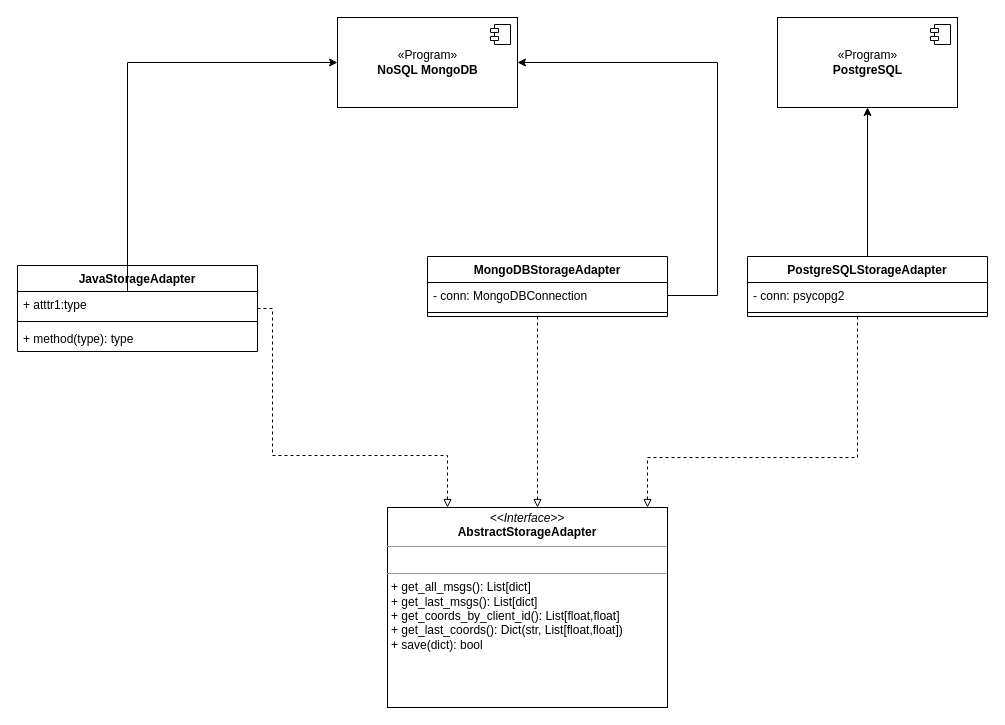
The draw.io diagram page "storage_subsystem" (3 of 4) of docs/schemes/classes/ClassDiagram.drawio in Kirkirillka/GPS_Tracker, before the edit. Source tidied: cells renumbered, new cells numbered last; positions are measured from the earlier drawing's top-left corner, leaving out a move shared by most shapes. Both pictures are drawn from the tidied source at 100%, with x=0, y=0 at pixel (17, 17).
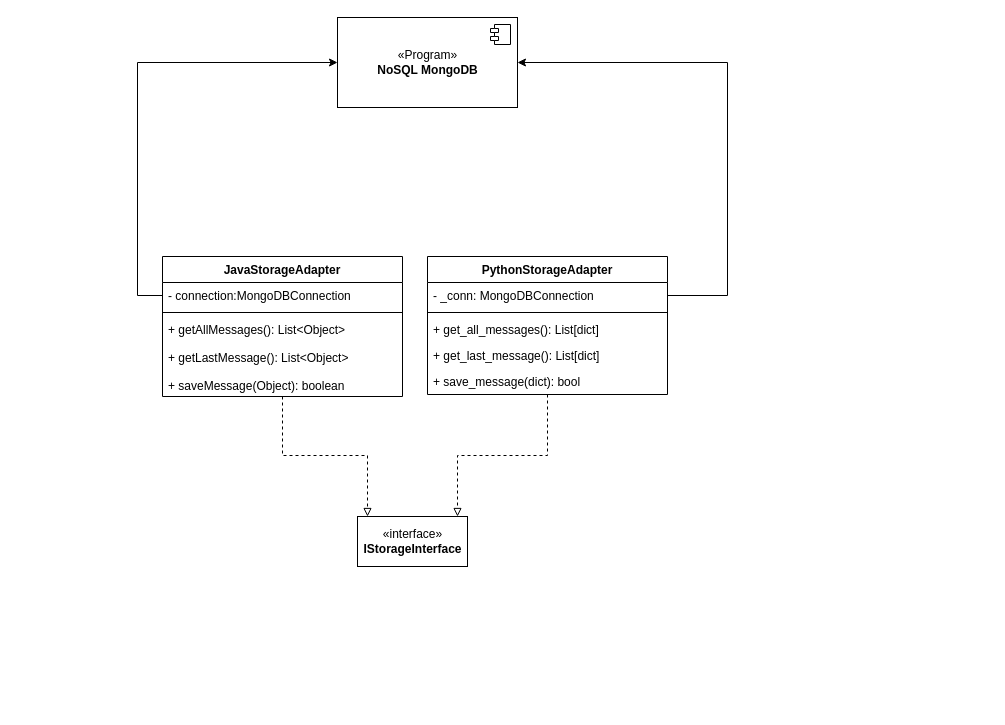
The same diagram, later.

The change refers to these unchanged cells:
```xml
<mxCell id="7" value="«Program»&lt;br&gt;&lt;b&gt;NoSQL MongoDB&lt;/b&gt;" style="html=1;" parent="1" vertex="1">
  <mxGeometry x="320" width="180" height="90" as="geometry" />
</mxCell>
```

Diff of the diagram source:
```diff
@@
-    <mxCell id="2" style="edgeStyle=orthogonalEdgeStyle;rounded=0;jettySize=auto;html=1;dashed=1;endArrow=block;endFill=0;" parent="1" edge="1" source="3" target="15">
+    <mxCell id="2" style="edgeStyle=orthogonalEdgeStyle;rounded=0;jettySize=auto;html=1;dashed=1;endArrow=block;endFill=0;" parent="1" edge="1" source="3" target="23">
       <mxGeometry relative="1" as="geometry">
         <Array as="points">
-          <mxPoint x="255" y="438" />
-          <mxPoint x="430" y="438" />
+          <mxPoint x="265" y="438" />
+          <mxPoint x="350" y="438" />
         </Array>
       </mxGeometry>
     </mxCell>
     <mxCell id="3" value="JavaStorageAdapter" style="swimlane;fontStyle=1;align=center;verticalAlign=top;horizontal=1;startSize=26;" parent="1" vertex="1">
-      <mxGeometry y="248" width="240" height="86" as="geometry" />
+      <mxGeometry x="145" y="239" width="240" height="140" as="geometry" />
     </mxCell>
-    <mxCell id="4" value="+ atttr1:type" style="text;strokeColor=none;fillColor=none;align=left;verticalAlign=top;spacingLeft=4;spacingRight=4;overflow=hidden;points=[[0,0.5],[1,0.5]];portConstraint=eastwest;" parent="3" vertex="1">
+    <mxCell id="4" value="- connection:MongoDBConnection" style="text;strokeColor=none;fillColor=none;align=left;verticalAlign=top;spacingLeft=4;spacingRight=4;overflow=hidden;points=[[0,0.5],[1,0.5]];portConstraint=eastwest;" parent="3" vertex="1">
       <mxGeometry y="26" width="240" height="26" as="geometry" />
     </mxCell>
@@
-    <mxCell id="6" value="+ method(type): type" style="text;strokeColor=none;fillColor=none;align=left;verticalAlign=top;spacingLeft=4;spacingRight=4;overflow=hidden;" parent="3" vertex="1">
-      <mxGeometry y="60" width="240" height="26" as="geometry" />
+    <mxCell id="6" value="+ getAllMessages(): List&lt;Object&gt;&#10;&#10;+ getLastMessage(): List&lt;Object&gt;&#10;&#10;+ saveMessage(Object): boolean" style="text;strokeColor=none;fillColor=none;align=left;verticalAlign=top;spacingLeft=4;spacingRight=4;overflow=hidden;" parent="3" vertex="1">
+      <mxGeometry y="60" width="240" height="80" as="geometry" />
     </mxCell>
+    <mxCell id="23" value="«interface»&lt;br&gt;&lt;b&gt;IStorageInterface&lt;/b&gt;" style="html=1;" parent="1" vertex="1">
+      <mxGeometry x="340" y="499" width="110" height="50" as="geometry" />
+    </mxCell>
@@
     <mxCell id="9" style="edgeStyle=orthogonalEdgeStyle;rounded=0;jettySize=auto;html=1;endArrow=classic;endFill=1;strokeColor=#000000;" parent="1" edge="1" source="4" target="7">
       <mxGeometry relative="1" as="geometry">
         <Array as="points">
-          <mxPoint x="110" y="278" />
-          <mxPoint x="110" y="45" />
+          <mxPoint x="120" y="278" />
+          <mxPoint x="120" y="45" />
         </Array>
       </mxGeometry>
     </mxCell>
-    <mxCell id="10" value="MongoDBStorageAdapter" style="swimlane;fontStyle=1;align=center;verticalAlign=top;horizontal=1;startSize=26;" parent="1" vertex="1">
-      <mxGeometry x="410" y="239" width="240" height="60" as="geometry" />
+    <mxCell id="10" value="PythonStorageAdapter" style="swimlane;fontStyle=1;align=center;verticalAlign=top;horizontal=1;startSize=26;" parent="1" vertex="1">
+      <mxGeometry x="410" y="239" width="240" height="138" as="geometry" />
     </mxCell>
-    <mxCell id="11" value="- conn: MongoDBConnection" style="text;strokeColor=none;fillColor=none;align=left;verticalAlign=top;spacingLeft=4;spacingRight=4;overflow=hidden;points=[[0,0.5],[1,0.5]];portConstraint=eastwest;" parent="10" vertex="1">
+    <mxCell id="11" value="- _conn: MongoDBConnection" style="text;strokeColor=none;fillColor=none;align=left;verticalAlign=top;spacingLeft=4;spacingRight=4;overflow=hidden;points=[[0,0.5],[1,0.5]];portConstraint=eastwest;" parent="10" vertex="1">
       <mxGeometry y="26" width="240" height="26" as="geometry" />
     </mxCell>
@@
+    <mxCell id="24" value="+ get_all_messages(): List[dict]" style="text;strokeColor=none;fillColor=none;align=left;verticalAlign=top;spacingLeft=4;spacingRight=4;overflow=hidden;" parent="10" vertex="1">
+      <mxGeometry y="60" width="240" height="26" as="geometry" />
+    </mxCell>
+    <mxCell id="25" value="+ get_last_message(): List[dict]" style="text;strokeColor=none;fillColor=none;align=left;verticalAlign=top;spacingLeft=4;spacingRight=4;overflow=hidden;" parent="10" vertex="1">
+      <mxGeometry y="86" width="240" height="26" as="geometry" />
+    </mxCell>
+    <mxCell id="26" value="+ save_message(dict): bool" style="text;strokeColor=none;fillColor=none;align=left;verticalAlign=top;spacingLeft=4;spacingRight=4;overflow=hidden;" parent="10" vertex="1">
+      <mxGeometry y="112" width="240" height="26" as="geometry" />
+    </mxCell>
     <mxCell id="13" style="edgeStyle=orthogonalEdgeStyle;rounded=0;jettySize=auto;html=1;" parent="1" edge="1" source="11" target="7">
       <mxGeometry relative="1" as="geometry">
         <Array as="points">
-          <mxPoint x="700" y="278" />
-          <mxPoint x="700" y="45" />
+          <mxPoint x="710" y="278" />
+          <mxPoint x="710" y="45" />
         </Array>
       </mxGeometry>
     </mxCell>
-    <mxCell id="14" style="edgeStyle=orthogonalEdgeStyle;rounded=0;jettySize=auto;html=1;dashed=1;endArrow=block;endFill=0;" parent="1" edge="1" source="10" target="15">
+    <mxCell id="14" style="edgeStyle=orthogonalEdgeStyle;rounded=0;jettySize=auto;html=1;dashed=1;endArrow=block;endFill=0;" parent="1" edge="1" source="10" target="23">
       <mxGeometry relative="1" as="geometry">
         <Array as="points">
-          <mxPoint x="520" y="460" />
-          <mxPoint x="520" y="460" />
+          <mxPoint x="530" y="438" />
+          <mxPoint x="440" y="438" />
         </Array>
       </mxGeometry>
     </mxCell>
-    <mxCell id="15" value="&lt;p style=&quot;margin: 0px ; margin-top: 4px ; text-align: center&quot;&gt;&lt;i&gt;&amp;lt;&amp;lt;Interface&amp;gt;&amp;gt;&lt;/i&gt;&lt;br&gt;&lt;b&gt;AbstractStorageAdapter&lt;/b&gt;&lt;/p&gt;&lt;hr size=&quot;1&quot;&gt;&lt;p style=&quot;margin: 0px ; margin-left: 4px&quot;&gt;&lt;br&gt;&lt;/p&gt;&lt;hr size=&quot;1&quot;&gt;&lt;p style=&quot;margin: 0px ; margin-left: 4px&quot;&gt;+ get_all_msgs(): List[dict]&lt;/p&gt;&lt;p style=&quot;margin: 0px ; margin-left: 4px&quot;&gt;+ get_last_msgs(): List[dict]&lt;/p&gt;&lt;p style=&quot;margin: 0px ; margin-left: 4px&quot;&gt;+ get_coords_by_client_id(): List[float,float]&lt;/p&gt;&lt;p style=&quot;margin: 0px ; margin-left: 4px&quot;&gt;+ get_last_coords(): Dict(str, List[float,float])&lt;br&gt;&lt;/p&gt;&lt;p style=&quot;margin: 0px ; margin-left: 4px&quot;&gt;+ save(dict): bool&lt;/p&gt;" style="verticalAlign=top;align=left;overflow=fill;fontSize=12;fontFamily=Helvetica;html=1;" parent="1" vertex="1">
-      <mxGeometry x="370" y="490" width="280" height="200" as="geometry" />
-    </mxCell>
-    <mxCell id="16" style="edgeStyle=orthogonalEdgeStyle;rounded=0;jettySize=auto;html=1;" parent="1" edge="1" source="17" target="21">
-      <mxGeometry relative="1" as="geometry" />
-    </mxCell>
-    <mxCell id="17" value="PostgreSQLStorageAdapter" style="swimlane;fontStyle=1;align=center;verticalAlign=top;horizontal=1;startSize=26;" parent="1" vertex="1">
-      <mxGeometry x="730" y="239" width="240" height="60" as="geometry" />
-    </mxCell>
-    <mxCell id="18" value="- conn: psycopg2" style="text;strokeColor=none;fillColor=none;align=left;verticalAlign=top;spacingLeft=4;spacingRight=4;overflow=hidden;" parent="17" vertex="1">
-      <mxGeometry y="26" width="240" height="26" as="geometry" />
-    </mxCell>
-    <mxCell id="19" style="line;strokeWidth=1;fillColor=none;align=left;verticalAlign=middle;spacingTop=-1;spacingLeft=3;spacingRight=3;labelPosition=right;" parent="17" vertex="1">
-      <mxGeometry y="52" width="240" height="8" as="geometry" />
-    </mxCell>
-    <mxCell id="20" style="edgeStyle=orthogonalEdgeStyle;rounded=0;jettySize=auto;html=1;dashed=1;endArrow=block;endFill=0;" parent="1" edge="1" source="17" target="15">
-      <mxGeometry relative="1" as="geometry">
-        <Array as="points">
-          <mxPoint x="840" y="440" />
-          <mxPoint x="630" y="440" />
-        </Array>
-      </mxGeometry>
-    </mxCell>
-    <mxCell id="21" value="«Program»&lt;br&gt;&lt;b&gt;PostgreSQL&lt;/b&gt;" style="html=1;" parent="1" vertex="1">
-      <mxGeometry x="760" width="180" height="90" as="geometry" />
-    </mxCell>
-    <mxCell id="22" style="shape=component;jettyWidth=8;jettyHeight=4;" parent="21" vertex="1">
-      <mxGeometry x="1" width="20" height="20" relative="1" as="geometry">
-        <mxPoint x="-27" y="7" as="offset" />
-      </mxGeometry>
-    </mxCell>
```
